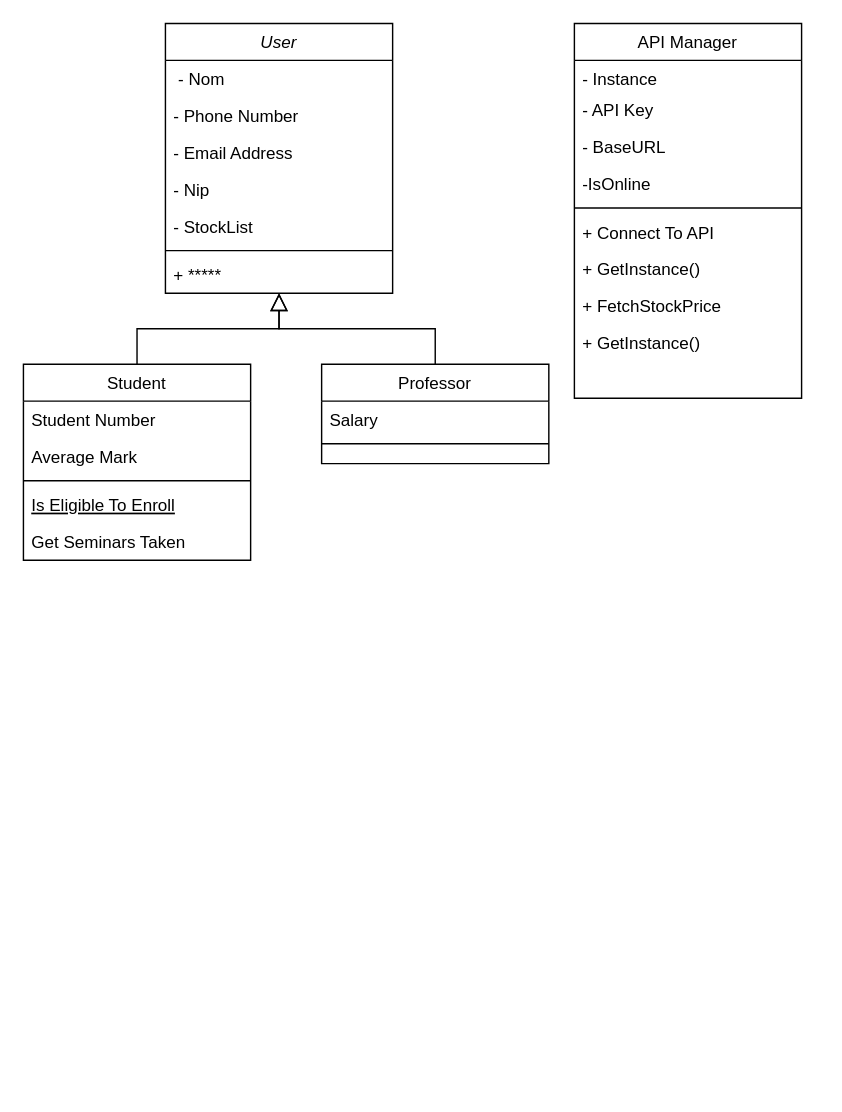
sashitaka/Stockify keeps this draw.io diagram as documentation/classDiagramStockify.drawio. Above is the earlier version. Source tidied: cells renumbered, new cells numbered last; positions are measured from the earlier drawing's top-left corner, leaving out a move shared by most shapes. Both pictures are drawn from the tidied source at 142%, with x=0, y=0 at pixel (23, 23).
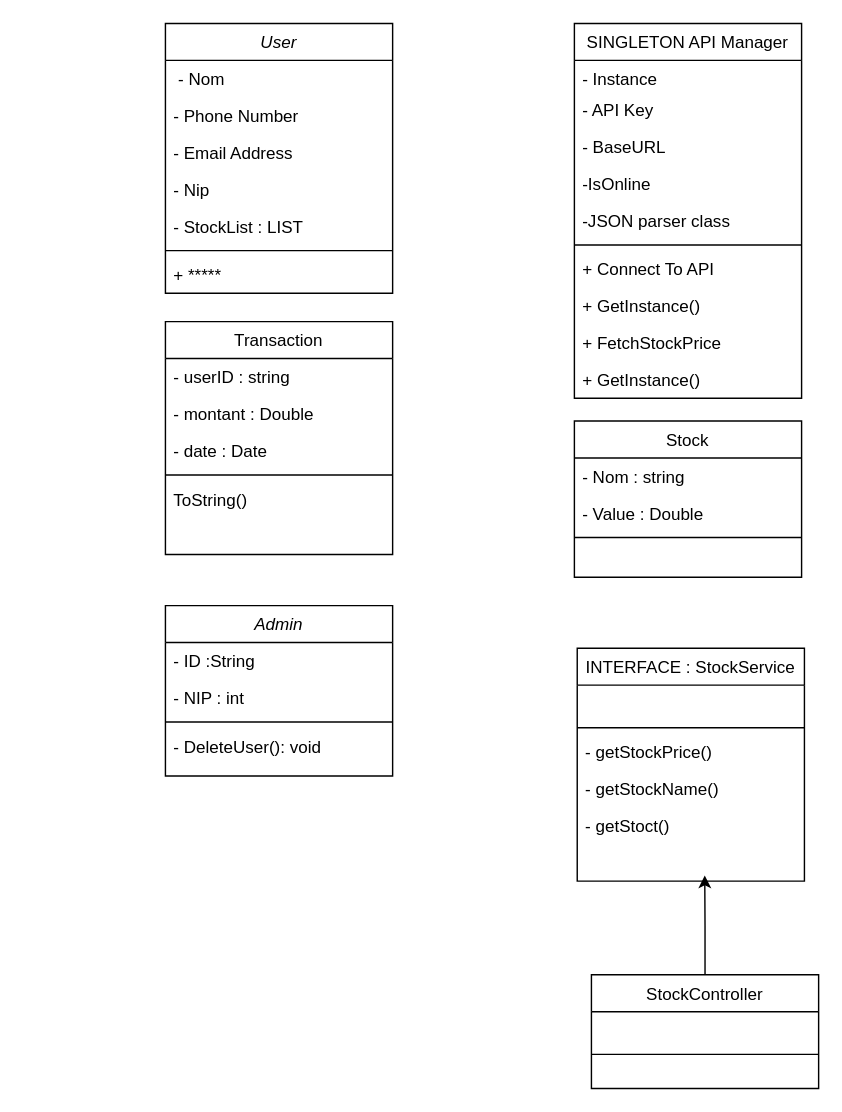
Above is the later version.

Unchanged cells that the change refers to:
```xml
<mxCell id="2" value="User" style="swimlane;fontStyle=2;align=center;verticalAlign=top;horizontal=1;startSize=26;rounded=0;shadow=0;strokeWidth=1;" parent="1" vertex="1">
  <mxGeometry x="100" width="160" height="190" as="geometry" />
</mxCell>
```

What changed in the source:
```diff
@@
-    <mxCell id="7" value="- StockList" style="text;align=left;verticalAlign=top;spacingLeft=4;spacingRight=4;overflow=hidden;rounded=0;shadow=0;html=0;" parent="2" vertex="1">
+    <mxCell id="7" value="- StockList : LIST" style="text;align=left;verticalAlign=top;spacingLeft=4;spacingRight=4;overflow=hidden;rounded=0;shadow=0;html=0;" parent="2" vertex="1">
       <mxGeometry y="130" width="160" height="26" as="geometry" />
     </mxCell>
@@
-    <mxCell id="10" value="Student" style="swimlane;fontStyle=0;align=center;verticalAlign=top;horizontal=1;startSize=26;rounded=0;shadow=0;strokeWidth=1;" parent="1" vertex="1">
-      <mxGeometry y="240" width="160" height="138" as="geometry" />
+    <mxCell id="10" value="Transaction" style="swimlane;fontStyle=0;align=center;verticalAlign=top;horizontal=1;startSize=26;rounded=0;shadow=0;strokeWidth=1;" parent="1" vertex="1">
+      <mxGeometry x="100" y="210" width="160" height="164" as="geometry" />
     </mxCell>
-    <mxCell id="11" value="Student Number" style="text;align=left;verticalAlign=top;spacingLeft=4;spacingRight=4;overflow=hidden;" parent="10" vertex="1">
+    <mxCell id="11" value="- userID : string" style="text;align=left;verticalAlign=top;spacingLeft=4;spacingRight=4;overflow=hidden;" parent="10" vertex="1">
       <mxGeometry y="26" width="160" height="26" as="geometry" />
     </mxCell>
-    <mxCell id="12" value="Average Mark" style="text;align=left;verticalAlign=top;spacingLeft=4;spacingRight=4;overflow=hidden;rounded=0;shadow=0;html=0;" parent="10" vertex="1">
+    <mxCell id="12" value="- montant : Double" style="text;align=left;verticalAlign=top;spacingLeft=4;spacingRight=4;overflow=hidden;rounded=0;shadow=0;html=0;" parent="10" vertex="1">
       <mxGeometry y="52" width="160" height="26" as="geometry" />
     </mxCell>
+    <mxCell id="31" value="- date : Date" style="text;align=left;verticalAlign=top;spacingLeft=4;spacingRight=4;overflow=hidden;rounded=0;shadow=0;html=0;" parent="10" vertex="1">
+      <mxGeometry y="78" width="160" height="26" as="geometry" />
+    </mxCell>
     <mxCell id="13" style="line;html=1;strokeWidth=1;align=left;verticalAlign=middle;spacingTop=-1;spacingLeft=3;spacingRight=3;labelPosition=right;" parent="10" vertex="1">
-      <mxGeometry y="78" width="160" height="8" as="geometry" />
+      <mxGeometry y="104" width="160" height="8" as="geometry" />
     </mxCell>
-    <mxCell id="14" value="Is Eligible To Enroll" style="text;align=left;verticalAlign=top;spacingLeft=4;spacingRight=4;overflow=hidden;fontStyle=4;" parent="10" vertex="1">
-      <mxGeometry y="86" width="160" height="26" as="geometry" />
-    </mxCell>
-    <mxCell id="15" value="Get Seminars Taken" style="text;align=left;verticalAlign=top;spacingLeft=4;spacingRight=4;overflow=hidden;" parent="10" vertex="1">
-      <mxGeometry y="112" width="160" height="26" as="geometry" />
-    </mxCell>
-    <mxCell id="16" style="endArrow=block;endSize=10;endFill=0;shadow=0;strokeWidth=1;rounded=0;curved=0;edgeStyle=elbowEdgeStyle;elbow=vertical;" parent="1" edge="1" source="10" target="2">
-      <mxGeometry relative="1" as="geometry" />
-    </mxCell>
+    <mxCell id="32" value="ToString()" style="text;align=left;verticalAlign=top;spacingLeft=4;spacingRight=4;overflow=hidden;rounded=0;shadow=0;html=0;" parent="10" vertex="1">
+      <mxGeometry y="112" width="160" height="26" as="geometry" />
+    </mxCell>
-    <mxCell id="17" value="Professor" style="swimlane;fontStyle=0;align=center;verticalAlign=top;horizontal=1;startSize=26;rounded=0;shadow=0;strokeWidth=1;" parent="1" vertex="1">
-      <mxGeometry x="210" y="240" width="160" height="70" as="geometry" />
+    <mxCell id="17" value="Stock" style="swimlane;fontStyle=0;align=center;verticalAlign=top;horizontal=1;startSize=26;rounded=0;shadow=0;strokeWidth=1;" parent="1" vertex="1">
+      <mxGeometry x="388" y="280" width="160" height="110" as="geometry" />
     </mxCell>
-    <mxCell id="18" value="Salary" style="text;align=left;verticalAlign=top;spacingLeft=4;spacingRight=4;overflow=hidden;" parent="17" vertex="1">
+    <mxCell id="18" value="- Nom : string" style="text;align=left;verticalAlign=top;spacingLeft=4;spacingRight=4;overflow=hidden;" parent="17" vertex="1">
       <mxGeometry y="26" width="160" height="26" as="geometry" />
     </mxCell>
+    <mxCell id="33" value="- Value : Double" style="text;align=left;verticalAlign=top;spacingLeft=4;spacingRight=4;overflow=hidden;" parent="17" vertex="1">
+      <mxGeometry y="52" width="160" height="26" as="geometry" />
+    </mxCell>
     <mxCell id="19" style="line;html=1;strokeWidth=1;align=left;verticalAlign=middle;spacingTop=-1;spacingLeft=3;spacingRight=3;labelPosition=right;" parent="17" vertex="1">
-      <mxGeometry y="52" width="160" height="8" as="geometry" />
+      <mxGeometry y="78" width="160" height="8" as="geometry" />
     </mxCell>
-    <mxCell id="20" style="endArrow=block;endSize=10;endFill=0;shadow=0;strokeWidth=1;rounded=0;curved=0;edgeStyle=elbowEdgeStyle;elbow=vertical;" parent="1" edge="1" source="17" target="2">
-      <mxGeometry relative="1" as="geometry" />
-    </mxCell>
-    <mxCell id="21" value="API Manager" style="swimlane;fontStyle=0;align=center;verticalAlign=top;horizontal=1;startSize=26;rounded=0;shadow=0;strokeWidth=1;" parent="1" vertex="1">
+    <mxCell id="21" value="SINGLETON API Manager" style="swimlane;fontStyle=0;align=center;verticalAlign=top;horizontal=1;startSize=26;rounded=0;shadow=0;strokeWidth=1;" parent="1" vertex="1">
       <mxGeometry x="388" width="160" height="264" as="geometry" />
     </mxCell>
@@
+    <mxCell id="34" value="-JSON parser class" style="text;align=left;verticalAlign=top;spacingLeft=4;spacingRight=4;overflow=hidden;rounded=0;shadow=0;html=0;" parent="21" vertex="1">
+      <mxGeometry y="126" width="160" height="26" as="geometry" />
+    </mxCell>
     <mxCell id="26" style="line;html=1;strokeWidth=1;align=left;verticalAlign=middle;spacingTop=-1;spacingLeft=3;spacingRight=3;labelPosition=right;" parent="21" vertex="1">
-      <mxGeometry y="126" width="160" height="8" as="geometry" />
+      <mxGeometry y="152" width="160" height="8" as="geometry" />
     </mxCell>
     <mxCell id="27" value="+ Connect To API" style="text;align=left;verticalAlign=top;spacingLeft=4;spacingRight=4;overflow=hidden;" parent="21" vertex="1">
-      <mxGeometry y="134" width="160" height="26" as="geometry" />
+      <mxGeometry y="160" width="160" height="26" as="geometry" />
     </mxCell>
     <mxCell id="28" value="+ GetInstance()" style="text;align=left;verticalAlign=top;spacingLeft=4;spacingRight=4;overflow=hidden;" parent="21" vertex="1">
-      <mxGeometry y="160" width="160" height="26" as="geometry" />
+      <mxGeometry y="186" width="160" height="26" as="geometry" />
     </mxCell>
     <mxCell id="29" value="+ FetchStockPrice" style="text;align=left;verticalAlign=top;spacingLeft=4;spacingRight=4;overflow=hidden;" parent="21" vertex="1">
-      <mxGeometry y="186" width="160" height="26" as="geometry" />
+      <mxGeometry y="212" width="160" height="26" as="geometry" />
     </mxCell>
     <mxCell id="30" value="+ GetInstance()" style="text;align=left;verticalAlign=top;spacingLeft=4;spacingRight=4;overflow=hidden;" parent="21" vertex="1">
-      <mxGeometry y="212" width="160" height="26" as="geometry" />
+      <mxGeometry y="238" width="160" height="26" as="geometry" />
     </mxCell>
+    <mxCell id="35" value="Admin" style="swimlane;fontStyle=2;align=center;verticalAlign=top;horizontal=1;startSize=26;rounded=0;shadow=0;strokeWidth=1;" parent="1" vertex="1">
+      <mxGeometry x="100" y="410" width="160" height="120" as="geometry" />
+    </mxCell>
+    <mxCell id="36" value="- ID :String" style="text;align=left;verticalAlign=top;spacingLeft=4;spacingRight=4;overflow=hidden;" parent="35" vertex="1">
+      <mxGeometry y="26" width="160" height="26" as="geometry" />
+    </mxCell>
+    <mxCell id="37" value="- NIP : int" style="text;align=left;verticalAlign=top;spacingLeft=4;spacingRight=4;overflow=hidden;rounded=0;shadow=0;html=0;" parent="35" vertex="1">
+      <mxGeometry y="52" width="160" height="26" as="geometry" />
+    </mxCell>
+    <mxCell id="38" style="line;html=1;strokeWidth=1;align=left;verticalAlign=middle;spacingTop=-1;spacingLeft=3;spacingRight=3;labelPosition=right;" parent="35" vertex="1">
+      <mxGeometry y="78" width="160" height="8" as="geometry" />
+    </mxCell>
+    <mxCell id="39" value="- DeleteUser(): void" style="text;align=left;verticalAlign=top;spacingLeft=4;spacingRight=4;overflow=hidden;" parent="35" vertex="1">
+      <mxGeometry y="86" width="160" height="26" as="geometry" />
+    </mxCell>
+    <mxCell id="40" value="INTERFACE : StockService" style="swimlane;fontStyle=0;align=center;verticalAlign=top;horizontal=1;startSize=26;rounded=0;shadow=0;strokeWidth=1;" parent="1" vertex="1">
+      <mxGeometry x="390" y="440" width="160" height="164" as="geometry" />
+    </mxCell>
+    <mxCell id="41" value=" " style="text;align=left;verticalAlign=top;spacingLeft=4;spacingRight=4;overflow=hidden;" parent="40" vertex="1">
+      <mxGeometry y="26" width="160" height="26" as="geometry" />
+    </mxCell>
+    <mxCell id="42" style="line;html=1;strokeWidth=1;align=left;verticalAlign=middle;spacingTop=-1;spacingLeft=3;spacingRight=3;labelPosition=right;" parent="40" vertex="1">
+      <mxGeometry y="52" width="160" height="8" as="geometry" />
+    </mxCell>
+    <mxCell id="43" value="- getStockPrice()" style="text;align=left;verticalAlign=top;spacingLeft=4;spacingRight=4;overflow=hidden;" parent="40" vertex="1">
+      <mxGeometry y="60" width="160" height="26" as="geometry" />
+    </mxCell>
+    <mxCell id="44" value="- getStockName()" style="text;align=left;verticalAlign=top;spacingLeft=4;spacingRight=4;overflow=hidden;" parent="40" vertex="1">
+      <mxGeometry y="86" width="160" height="26" as="geometry" />
+    </mxCell>
+    <mxCell id="45" value="- getStoct()" style="text;align=left;verticalAlign=top;spacingLeft=4;spacingRight=4;overflow=hidden;" parent="40" vertex="1">
+      <mxGeometry y="112" width="160" height="26" as="geometry" />
+    </mxCell>
+    <mxCell id="46" style="edgeStyle=orthogonalEdgeStyle;rounded=0;jettySize=auto;html=1;exitX=0.5;exitY=0;exitDx=0;exitDy=0;" parent="1" edge="1" source="47">
+      <mxGeometry relative="1" as="geometry">
+        <mxPoint x="479.8" y="600" as="targetPoint" />
+      </mxGeometry>
+    </mxCell>
+    <mxCell id="47" value="StockController" style="swimlane;fontStyle=0;align=center;verticalAlign=top;horizontal=1;startSize=26;rounded=0;shadow=0;strokeWidth=1;" parent="1" vertex="1">
+      <mxGeometry x="400" y="670" width="160" height="80" as="geometry" />
+    </mxCell>
+    <mxCell id="48" value=" " style="text;align=left;verticalAlign=top;spacingLeft=4;spacingRight=4;overflow=hidden;" parent="47" vertex="1">
+      <mxGeometry y="26" width="160" height="26" as="geometry" />
+    </mxCell>
+    <mxCell id="49" style="line;html=1;strokeWidth=1;align=left;verticalAlign=middle;spacingTop=-1;spacingLeft=3;spacingRight=3;labelPosition=right;" parent="47" vertex="1">
+      <mxGeometry y="52" width="160" height="8" as="geometry" />
+    </mxCell>
```
